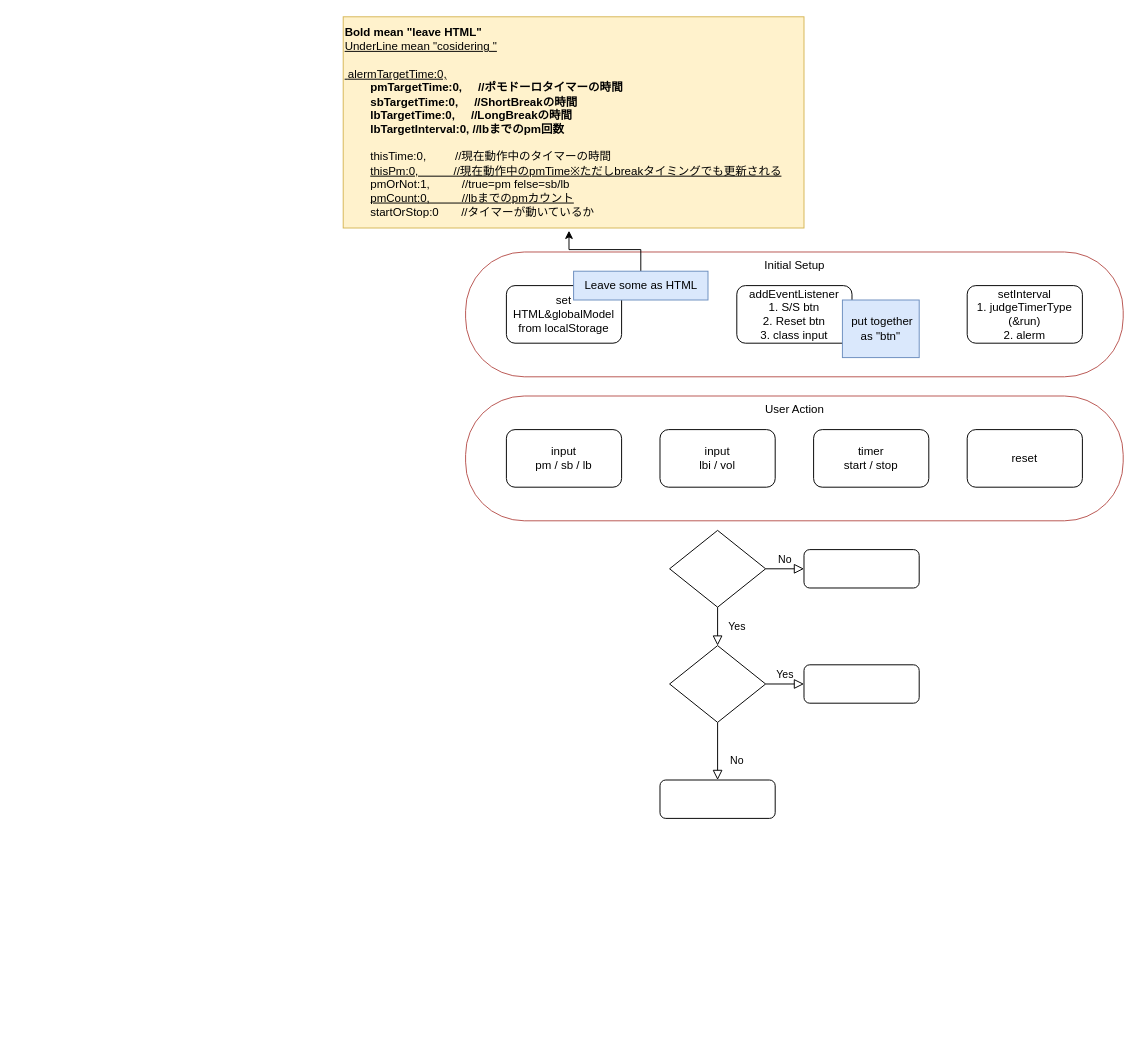
This is pomodoroFlow.drawio from Kohki-Takatama/Pomodoro, a draw.io file, before an edit. Source tidied: cells renumbered, new cells numbered last; positions are measured from the earlier drawing's top-left corner, leaving out a move shared by most shapes. Both pictures are drawn from the tidied source at 96%, with x=0, y=0 at pixel (343, 16).
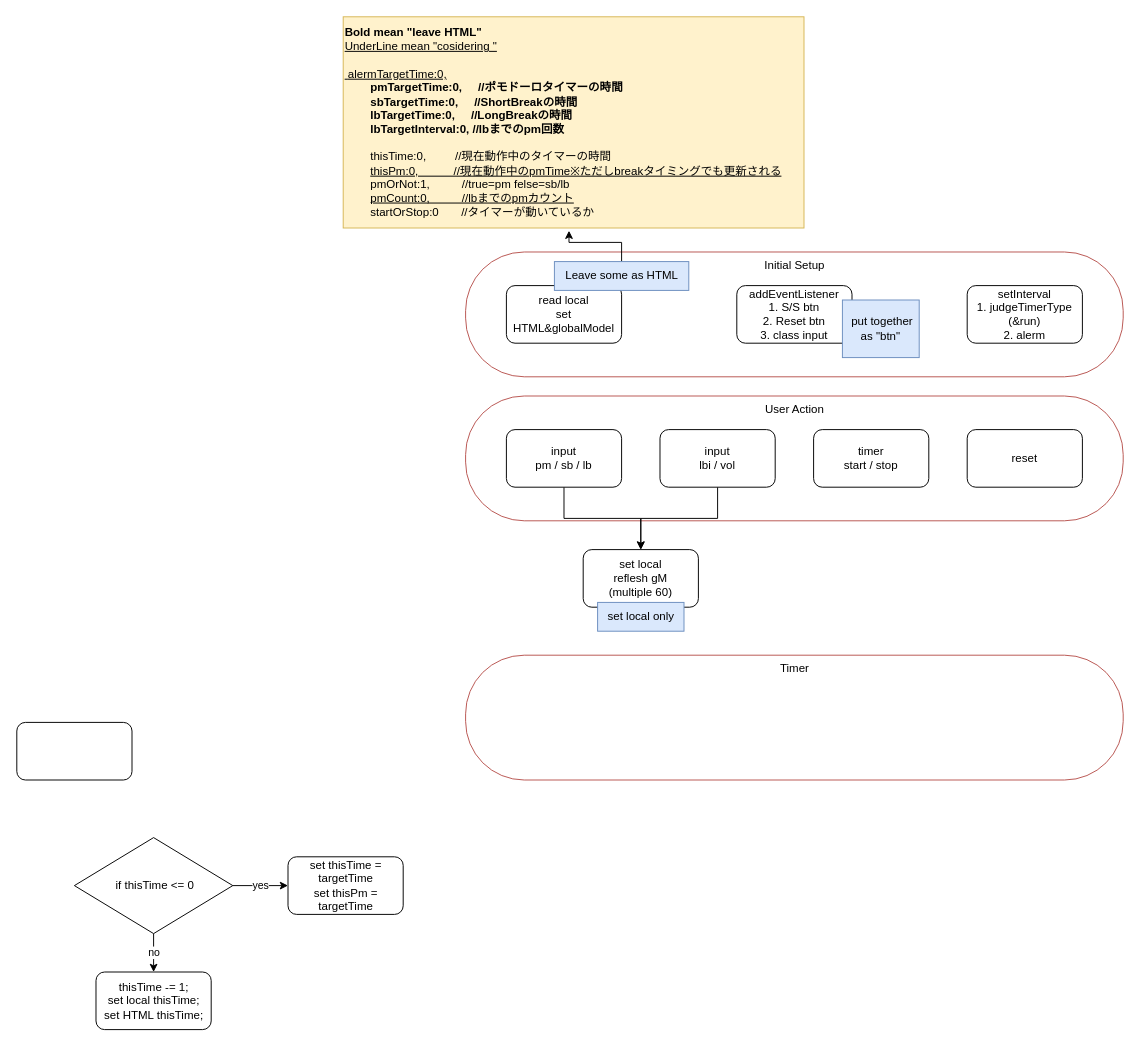
The same diagram, later.

Commit message:
pomodoroFlow.drawio を更新します

The change refers to these unchanged cells:
```xml
<mxCell id="4" value="input&lt;br&gt;pm / sb / lb" style="rounded=1;whiteSpace=wrap;html=1;fontSize=12;glass=0;strokeWidth=1;shadow=0;" parent="1" vertex="1">
  <mxGeometry x="170" y="430" width="120" height="60" as="geometry" />
</mxCell>
<mxCell id="16" value="input&lt;br&gt;lbi / vol" style="rounded=1;whiteSpace=wrap;html=1;" parent="1" vertex="1">
  <mxGeometry x="330" y="430" width="120" height="60" as="geometry" />
</mxCell>
```

What changed in the source:
```diff
@@
+    <mxCell id="24" value="Timer" style="rounded=1;whiteSpace=wrap;html=1;fillColor=none;arcSize=47;horizontal=1;verticalAlign=top;labelBackgroundColor=default;strokeColor=#b85450;" parent="1" vertex="1">
+      <mxGeometry x="127.5" y="665" width="685" height="130" as="geometry" />
+    </mxCell>
@@
+    <mxCell id="25" style="edgeStyle=orthogonalEdgeStyle;rounded=0;jettySize=auto;html=1;" parent="1" edge="1" source="4" target="27">
+      <mxGeometry relative="1" as="geometry" />
+    </mxCell>
@@
-    <mxCell id="5" value="Yes" style="rounded=0;html=1;jettySize=auto;fontSize=11;endArrow=block;endFill=0;endSize=8;strokeWidth=1;shadow=0;labelBackgroundColor=none;edgeStyle=orthogonalEdgeStyle;" parent="1" edge="1" source="7" target="11">
-      <mxGeometry y="20" relative="1" as="geometry" />
-    </mxCell>
-    <mxCell id="6" value="No" style="edgeStyle=orthogonalEdgeStyle;rounded=0;html=1;jettySize=auto;fontSize=11;endArrow=block;endFill=0;endSize=8;strokeWidth=1;shadow=0;labelBackgroundColor=none;" parent="1" edge="1" source="7" target="8">
-      <mxGeometry y="10" relative="1" as="geometry" />
-    </mxCell>
-    <mxCell id="7" style="rhombus;whiteSpace=wrap;html=1;shadow=0;fontFamily=Helvetica;fontSize=12;align=center;strokeWidth=1;spacing=6;spacingTop=-4;" parent="1" vertex="1">
-      <mxGeometry x="340" y="535" width="100" height="80" as="geometry" />
-    </mxCell>
-    <mxCell id="8" style="rounded=1;whiteSpace=wrap;html=1;fontSize=12;glass=0;strokeWidth=1;shadow=0;" parent="1" vertex="1">
-      <mxGeometry x="480" y="555" width="120" height="40" as="geometry" />
-    </mxCell>
-    <mxCell id="9" value="No" style="rounded=0;html=1;jettySize=auto;fontSize=11;endArrow=block;endFill=0;endSize=8;strokeWidth=1;shadow=0;labelBackgroundColor=none;edgeStyle=orthogonalEdgeStyle;" parent="1" edge="1" source="11" target="12">
-      <mxGeometry x="0.33" y="20" relative="1" as="geometry" />
-    </mxCell>
-    <mxCell id="10" value="Yes" style="edgeStyle=orthogonalEdgeStyle;rounded=0;html=1;jettySize=auto;fontSize=11;endArrow=block;endFill=0;endSize=8;strokeWidth=1;shadow=0;labelBackgroundColor=none;" parent="1" edge="1" source="11" target="13">
-      <mxGeometry y="10" relative="1" as="geometry" />
-    </mxCell>
-    <mxCell id="11" style="rhombus;whiteSpace=wrap;html=1;shadow=0;fontFamily=Helvetica;fontSize=12;align=center;strokeWidth=1;spacing=6;spacingTop=-4;" parent="1" vertex="1">
-      <mxGeometry x="340" y="655" width="100" height="80" as="geometry" />
-    </mxCell>
-    <mxCell id="12" style="rounded=1;whiteSpace=wrap;html=1;fontSize=12;glass=0;strokeWidth=1;shadow=0;" parent="1" vertex="1">
-      <mxGeometry x="330" y="795" width="120" height="40" as="geometry" />
-    </mxCell>
-    <mxCell id="13" style="rounded=1;whiteSpace=wrap;html=1;fontSize=12;glass=0;strokeWidth=1;shadow=0;" parent="1" vertex="1">
-      <mxGeometry x="480" y="675" width="120" height="40" as="geometry" />
-    </mxCell>
@@
+    <mxCell id="26" style="edgeStyle=orthogonalEdgeStyle;rounded=0;jettySize=auto;html=1;" parent="1" edge="1" source="16" target="27">
+      <mxGeometry relative="1" as="geometry" />
+    </mxCell>
@@
-    <mxCell id="18" value="set HTML&amp;amp;globalModel&lt;br&gt;from localStorage" style="rounded=1;whiteSpace=wrap;html=1;" parent="1" vertex="1">
+    <mxCell id="18" value="read local&lt;br&gt;set HTML&amp;amp;globalModel" style="rounded=1;whiteSpace=wrap;html=1;" parent="1" vertex="1">
       <mxGeometry x="170" y="280" width="120" height="60" as="geometry" />
     </mxCell>
@@
     <mxCell id="23" value="Leave some as HTML" style="text;html=1;align=center;verticalAlign=middle;points=[];strokeColor=#6c8ebf;fillColor=#dae8fc;" parent="1" vertex="1">
-      <mxGeometry x="240" y="265" width="140" height="30" as="geometry" />
+      <mxGeometry x="220" y="255" width="140" height="30" as="geometry" />
     </mxCell>
+    <mxCell id="27" value="set local&lt;br&gt;reflesh gM&lt;br&gt;(multiple 60)" style="rounded=1;whiteSpace=wrap;html=1;" parent="1" vertex="1">
+      <mxGeometry x="250" y="555" width="120" height="60" as="geometry" />
+    </mxCell>
+    <mxCell id="28" value="set local only" style="text;html=1;align=center;verticalAlign=middle;strokeColor=#6c8ebf;fillColor=#dae8fc;" parent="1" vertex="1">
+      <mxGeometry x="265" y="610" width="90" height="30" as="geometry" />
+    </mxCell>
+    <mxCell id="29" value="thisTime -= 1;&lt;br&gt;set local thisTime;&lt;br&gt;set HTML thisTime;" style="rounded=1;whiteSpace=wrap;html=1;" parent="1" vertex="1">
+      <mxGeometry x="-257.5" y="995" width="120" height="60" as="geometry" />
+    </mxCell>
+    <mxCell id="30" value="yes" style="edgeStyle=orthogonalEdgeStyle;rounded=0;jettySize=auto;html=1;entryX=0;entryY=0.5;entryDx=0;entryDy=0;" parent="1" edge="1" source="32" target="33">
+      <mxGeometry relative="1" as="geometry" />
+    </mxCell>
+    <mxCell id="31" value="no" style="edgeStyle=orthogonalEdgeStyle;rounded=0;jettySize=auto;html=1;" parent="1" edge="1" source="32" target="29">
+      <mxGeometry relative="1" as="geometry" />
+    </mxCell>
+    <mxCell id="32" value="&amp;nbsp;if thisTime &amp;lt;= 0" style="rhombus;whiteSpace=wrap;html=1;" parent="1" vertex="1">
+      <mxGeometry x="-280" y="855" width="165" height="100" as="geometry" />
+    </mxCell>
+    <mxCell id="33" value="set thisTime = targetTime&lt;br&gt;set thisPm = targetTime" style="rounded=1;whiteSpace=wrap;html=1;" parent="1" vertex="1">
+      <mxGeometry x="-57.5" y="875" width="120" height="60" as="geometry" />
+    </mxCell>
+    <mxCell id="34" style="rounded=1;whiteSpace=wrap;html=1;" parent="1" vertex="1">
+      <mxGeometry x="-340" y="735" width="120" height="60" as="geometry" />
+    </mxCell>
```
